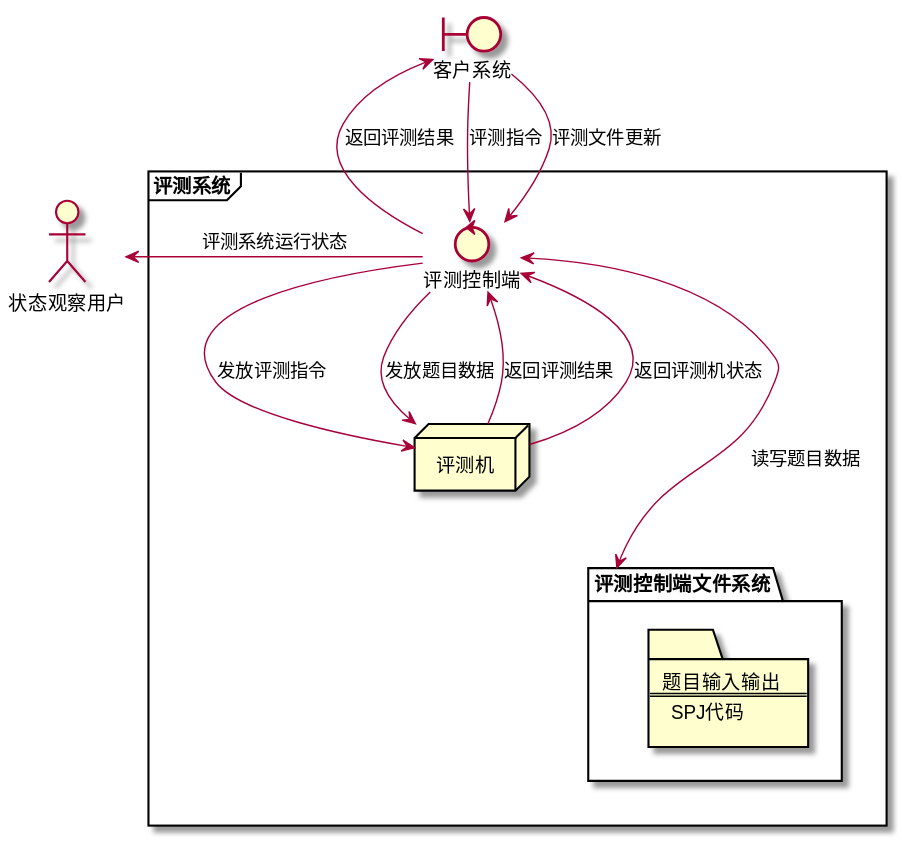
The PlantUML diagram DesignDocs/plantumlsrc/strcture-system.svg in ThinkSpiritLab/Heng, before a commit.
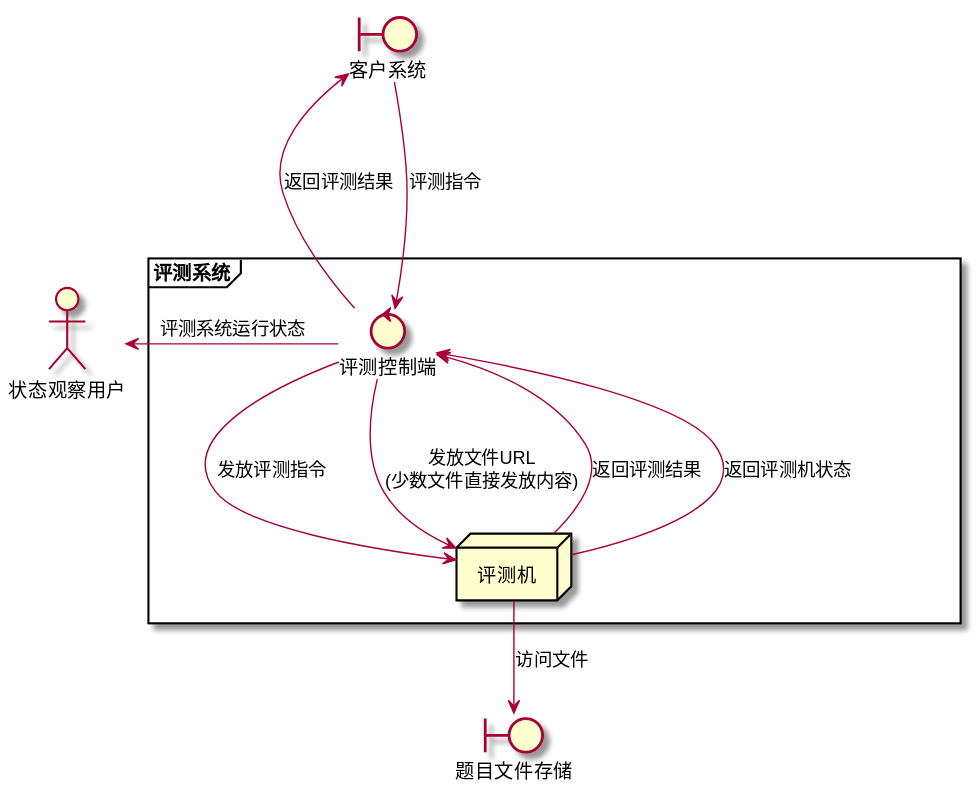
Later version of the same file.

Commit message:
更改图片以符合设计

The edit, as a diff of the source:
```diff
@@ -1,23 +1,16 @@
 @startuml
 boundary "客户系统" as webbackend
+boundary "题目文件存储" as oss
 actor "状态观察用户" as statususer
 frame "评测系统" {
   node "评测机" as judger
   control "评测控制端" as judgerbackend
-  folder "评测控制端文件系统" as jbfs {
-    folder 评测文件[
-      题目输入输出
-      ===
-      SPJ代码
-    ]
-  }
 }
 webbackend ---> judgerbackend : 评测指令
-webbackend --> judgerbackend : 评测文件更新
 statususer <-r-- judgerbackend : 评测系统运行状态
-judgerbackend <---> jbfs : 读写题目数据
 judgerbackend --> judger : 发放评测指令
-judgerbackend --> judger : 发放题目数据
+judgerbackend --> judger : 发放文件URL\n(少数文件直接发放内容)
+judger --> oss : 访问文件
 judgerbackend --> webbackend : 返回评测结果
 judger --> judgerbackend : 返回评测结果
 judger --> judgerbackend : 返回评测机状态
```
